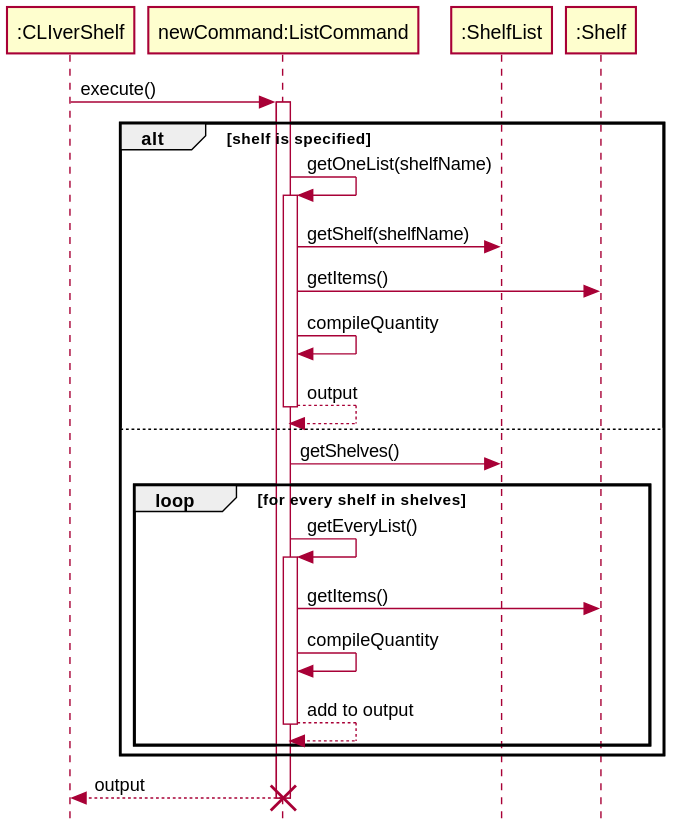
Earlier version of the PlantUML export docs/diagrams/Logic_ListCommandSequenceDiagram.svg (zh1huang/tp).
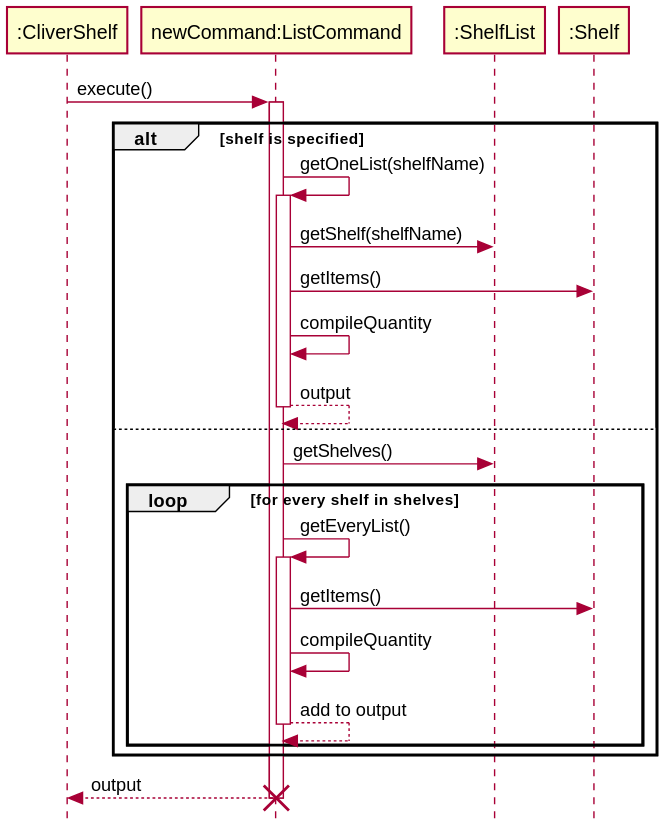
Later version of the same file.

Diff of the diagram source:
```diff
@@ -1,7 +1,7 @@
 @startuml
 !include Style.puml
 
-participant ":CLIverShelf" as app
+participant ":CliverShelf" as app
 participant "newCommand:ListCommand" as listCommand
 participant ":ShelfList" as shelflist
 participant ":Shelf" as shelf
```
